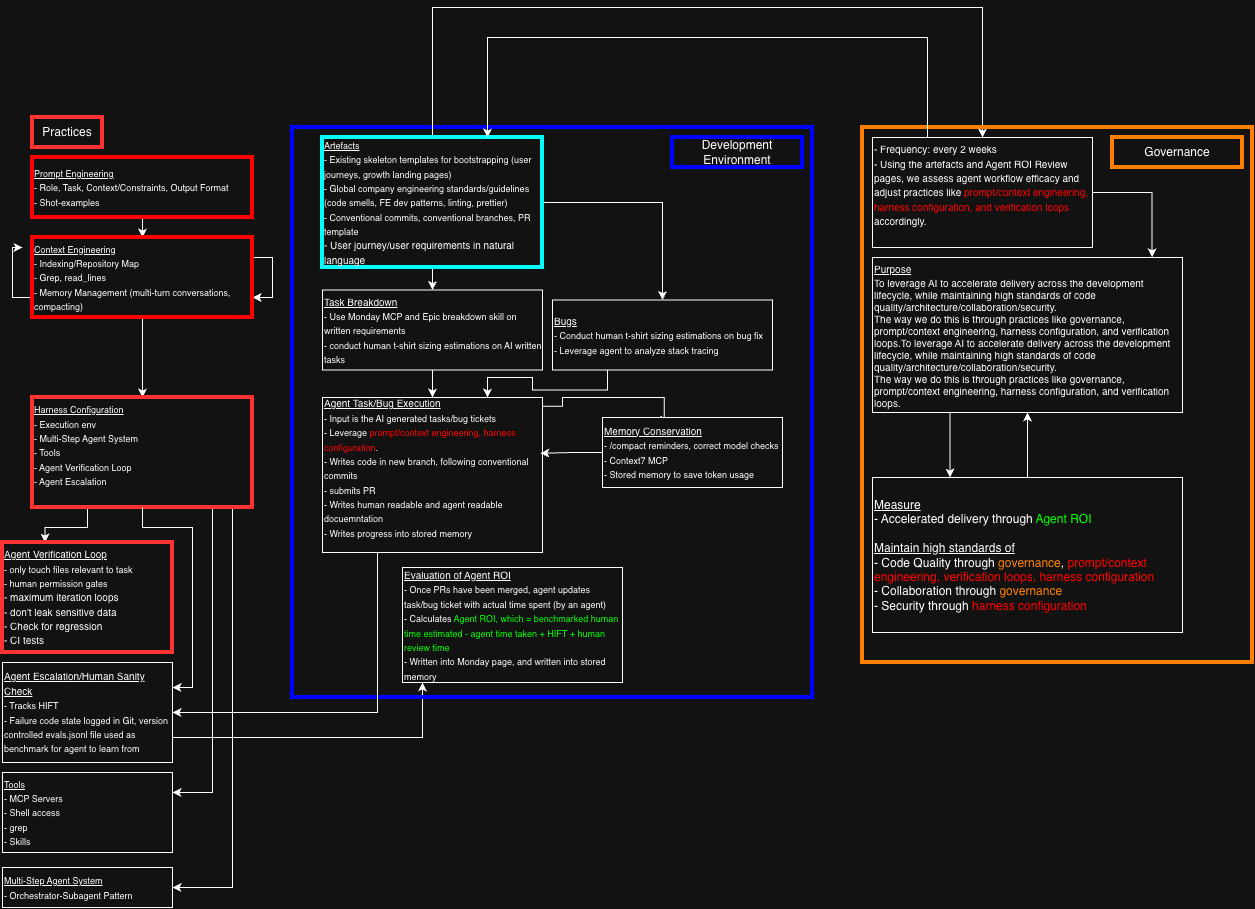
Above: AI Forward Workflow.png in karldlima/ai-forward-workflow (draw.io), before the change. Source tidied: cells renumbered, new cells last; positions are measured from the earlier drawing's top-left corner, leaving out a move shared by most shapes.
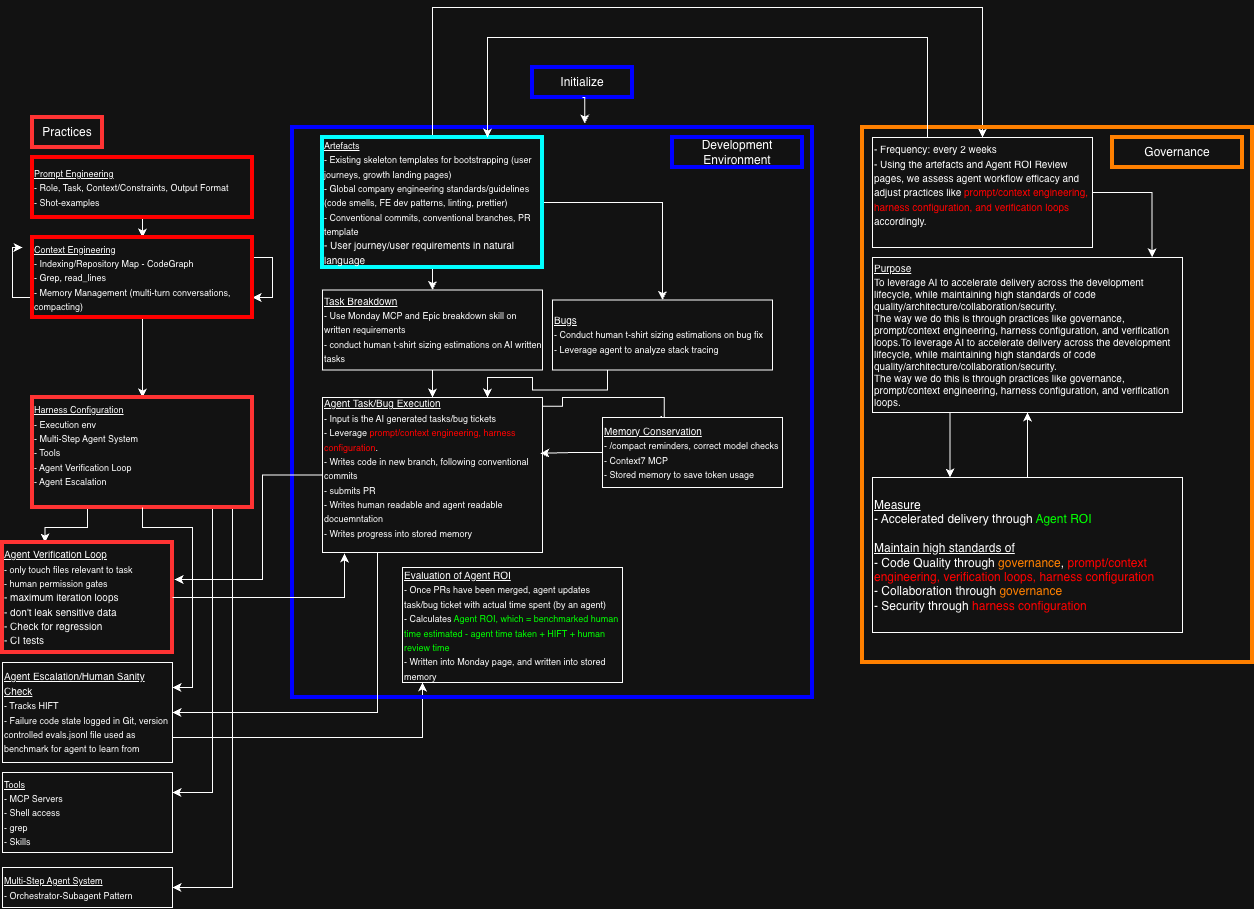
After the commit.

The edit, as a diff of the source:
```diff
@@ -21,7 +21,7 @@
     <mxCell id="6" style="edgeStyle=orthogonalEdgeStyle;rounded=0;jettySize=auto;html=1;exitX=0.5;exitY=1;exitDx=0;exitDy=0;entryX=0.5;entryY=0;entryDx=0;entryDy=0;defaultLabelBackgroundColor=page;" parent="1" edge="1" source="7" target="11">
       <mxGeometry relative="1" as="geometry" />
     </mxCell>
-    <mxCell id="7" value="&lt;font style=&quot;font-size: 9px;&quot;&gt;&lt;u&gt;Context Engineering&lt;/u&gt;&lt;/font&gt;&lt;div&gt;&lt;span style=&quot;font-size: 9px; background-color: transparent; color: light-dark(#000000, var(--ge-light-color, #ffffff));&quot;&gt;- Indexing/Repository Map&lt;/span&gt;&lt;/div&gt;&lt;div&gt;&lt;span style=&quot;font-size: 9px; background-color: transparent; color: light-dark(#000000, var(--ge-light-color, #ffffff));&quot;&gt;- Grep, read_lines&lt;/span&gt;&lt;/div&gt;&lt;div&gt;&lt;span style=&quot;font-size: 9px; background-color: transparent; color: light-dark(#000000, var(--ge-light-color, #ffffff));&quot;&gt;- Memory Management (multi-turn conversations, compacting)&lt;/span&gt;&lt;/div&gt;" style="rounded=0;whiteSpace=wrap;html=1;align=left;strokeWidth=4;strokeColor=light-dark(#000000,#FF0000);" parent="1" vertex="1">
+    <mxCell id="7" value="&lt;font style=&quot;font-size: 9px;&quot;&gt;&lt;u&gt;Context Engineering&lt;/u&gt;&lt;/font&gt;&lt;div&gt;&lt;span style=&quot;font-size: 9px; background-color: transparent; color: light-dark(#000000, var(--ge-light-color, #ffffff));&quot;&gt;- Indexing/Repository Map - CodeGraph&lt;/span&gt;&lt;/div&gt;&lt;div&gt;&lt;span style=&quot;font-size: 9px; background-color: transparent; color: light-dark(#000000, var(--ge-light-color, #ffffff));&quot;&gt;- Grep, read_lines&lt;/span&gt;&lt;/div&gt;&lt;div&gt;&lt;span style=&quot;font-size: 9px; background-color: transparent; color: light-dark(#000000, var(--ge-light-color, #ffffff));&quot;&gt;- Memory Management (multi-turn conversations, compacting)&lt;/span&gt;&lt;/div&gt;" style="rounded=0;whiteSpace=wrap;html=1;align=left;strokeWidth=4;strokeColor=light-dark(#000000,#FF0000);" parent="1" vertex="1">
       <mxGeometry x="30" y="230" width="220" height="80" as="geometry" />
     </mxCell>
     <mxCell id="8" style="edgeStyle=orthogonalEdgeStyle;rounded=0;jettySize=auto;html=1;exitX=0.25;exitY=1;exitDx=0;exitDy=0;entryX=0.25;entryY=0;entryDx=0;entryDy=0;defaultLabelBackgroundColor=page;" parent="1" edge="1" source="11" target="14">
@@ -169,5 +169,22 @@
     <mxCell id="43" style="edgeStyle=orthogonalEdgeStyle;rounded=0;jettySize=auto;html=1;exitX=0;exitY=0.5;exitDx=0;exitDy=0;entryX=0.99;entryY=0.36;entryDx=0;entryDy=0;entryPerimeter=0;defaultLabelBackgroundColor=page;" parent="1" edge="1" source="32" target="31">
       <mxGeometry relative="1" as="geometry" />
     </mxCell>
+    <mxCell id="44" style="edgeStyle=orthogonalEdgeStyle;rounded=0;jettySize=auto;html=1;entryX=1.012;entryY=0.336;entryDx=0;entryDy=0;entryPerimeter=0;defaultLabelBackgroundColor=page;" parent="1" edge="1" source="31" target="14">
+      <mxGeometry relative="1" as="geometry">
+        <Array as="points">
+          <mxPoint x="260" y="467.5" />
+          <mxPoint x="260" y="572" />
+        </Array>
+      </mxGeometry>
+    </mxCell>
+    <mxCell id="45" style="edgeStyle=orthogonalEdgeStyle;rounded=0;jettySize=auto;html=1;entryX=0.1;entryY=1.006;entryDx=0;entryDy=0;entryPerimeter=0;defaultLabelBackgroundColor=page;" parent="1" edge="1" source="14" target="31">
+      <mxGeometry relative="1" as="geometry" />
+    </mxCell>
+    <mxCell id="46" value="Initialize" style="rounded=0;whiteSpace=wrap;html=1;strokeColor=light-dark(#000000,#0000FF);strokeWidth=4;" parent="1" vertex="1">
+      <mxGeometry x="530" y="60" width="100" height="30" as="geometry" />
+    </mxCell>
+    <mxCell id="47" style="edgeStyle=orthogonalEdgeStyle;rounded=0;jettySize=auto;html=1;exitX=0.5;exitY=1;exitDx=0;exitDy=0;entryX=0.562;entryY=-0.007;entryDx=0;entryDy=0;entryPerimeter=0;defaultLabelBackgroundColor=page;" parent="1" edge="1" source="46" target="19">
+      <mxGeometry relative="1" as="geometry" />
+    </mxCell>
   </root>
 </mxGraphModel>
```
